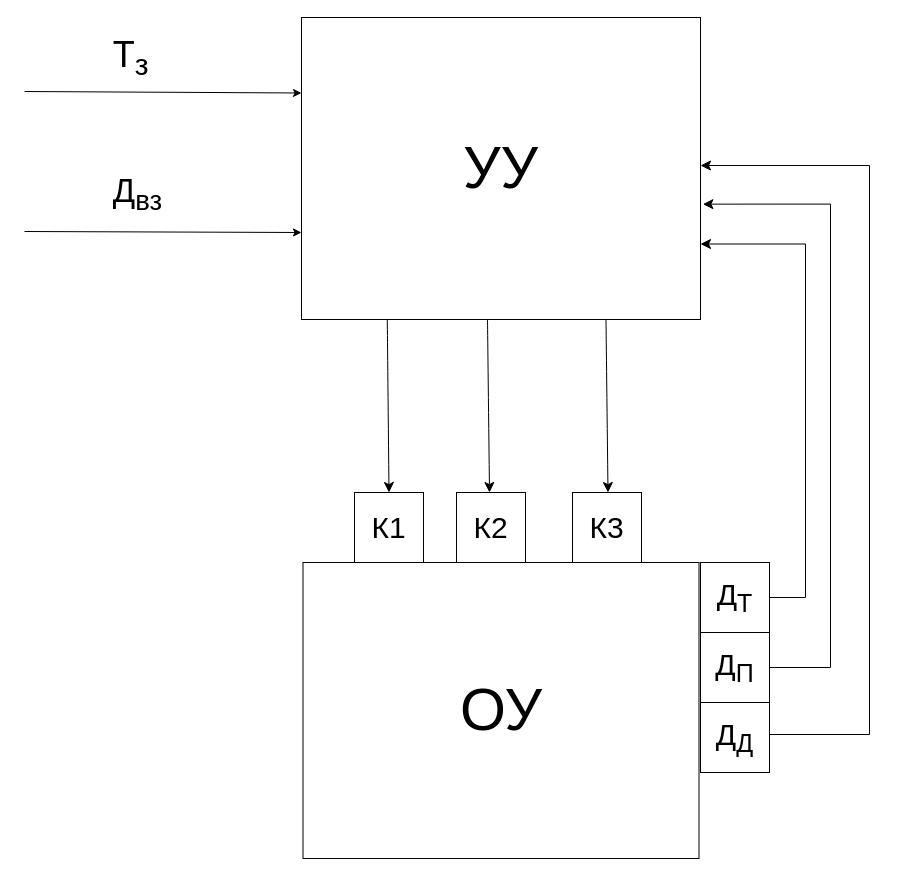
Before: микропроцессоры/Диаграмма без названия(2)(1).drawio in Pocobeer/Course-3, a draw.io diagram. Source tidied: cells renumbered, new cells numbered last; positions are measured from the earlier drawing's top-left corner, leaving out a move shared by most shapes. Both pictures are drawn from the tidied source at 100%, with x=0, y=0 at pixel (24, 17).
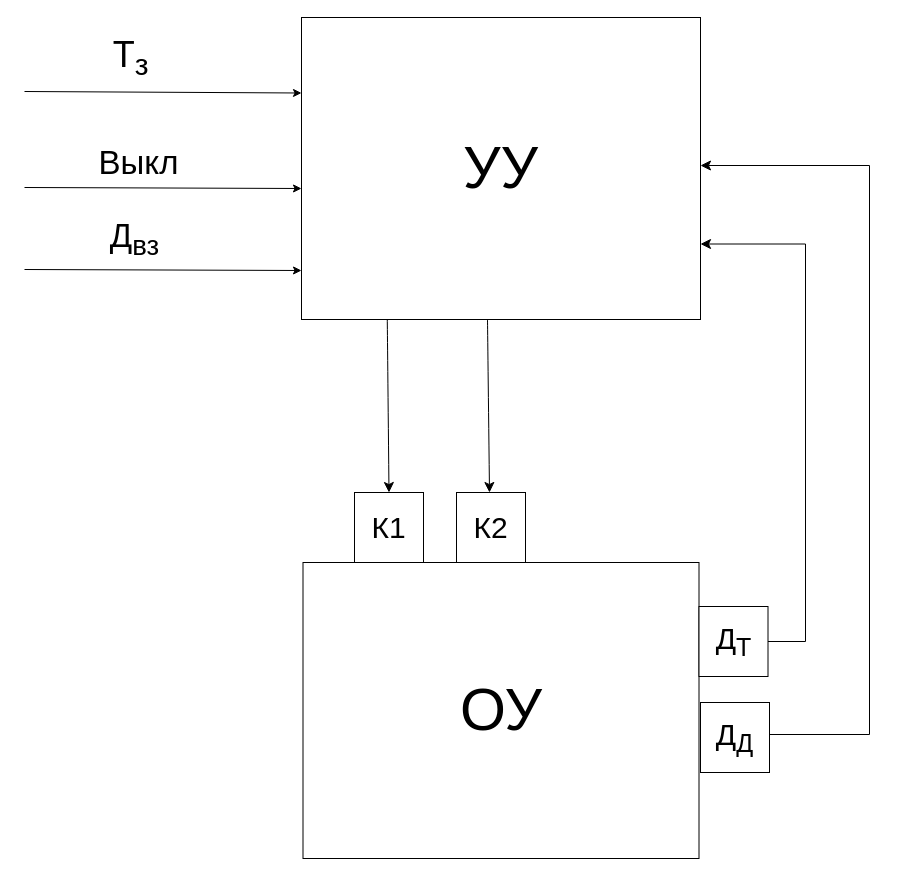
The same diagram, later.

The change refers to these unchanged cells:
```xml
<mxCell id="3" value="&lt;font style=&quot;font-size: 59px;&quot;&gt;УУ&lt;/font&gt;" style="rounded=0;whiteSpace=wrap;html=1;labelBackgroundColor=none;" parent="1" vertex="1">
  <mxGeometry x="277" width="399" height="302" as="geometry" />
</mxCell>
```

The edit, as a diff of the source:
```diff
@@
     <mxCell id="4" value="&lt;font style=&quot;font-size: 30px;&quot;&gt;Д&lt;sub&gt;Т&lt;/sub&gt;&lt;/font&gt;" style="rounded=0;whiteSpace=wrap;html=1;labelBackgroundColor=none;" parent="1" vertex="1">
-      <mxGeometry x="676" y="545" width="69" height="70" as="geometry" />
+      <mxGeometry x="674.5" y="589" width="69" height="70" as="geometry" />
     </mxCell>
-    <mxCell id="5" value="&lt;font style=&quot;font-size: 30px;&quot;&gt;Д&lt;sub&gt;П&lt;/sub&gt;&lt;/font&gt;" style="rounded=0;whiteSpace=wrap;html=1;labelBackgroundColor=none;" parent="1" vertex="1">
-      <mxGeometry x="676" y="615" width="69" height="70" as="geometry" />
-    </mxCell>
@@
     <mxCell id="7" style="endArrow=classic;html=1;rounded=0;fontSize=12;startSize=8;endSize=8;exitX=1;exitY=0.5;exitDx=0;exitDy=0;entryX=1;entryY=0.75;entryDx=0;entryDy=0;edgeStyle=orthogonalEdgeStyle;labelBackgroundColor=none;fontColor=default;" parent="1" edge="1" source="4" target="3">
       <mxGeometry relative="1" as="geometry">
         <Array as="points">
-          <mxPoint x="781" y="580" />
+          <mxPoint x="781" y="624" />
           <mxPoint x="781" y="226" />
         </Array>
       </mxGeometry>
     </mxCell>
-    <mxCell id="8" style="endArrow=classic;html=1;rounded=0;fontSize=12;startSize=8;endSize=8;exitX=1;exitY=0.5;exitDx=0;exitDy=0;entryX=1.006;entryY=0.618;entryDx=0;entryDy=0;edgeStyle=orthogonalEdgeStyle;entryPerimeter=0;labelBackgroundColor=none;fontColor=default;" parent="1" edge="1" source="5" target="3">
-      <mxGeometry relative="1" as="geometry">
-        <Array as="points">
-          <mxPoint x="806" y="650" />
-          <mxPoint x="806" y="187" />
-        </Array>
-      </mxGeometry>
-    </mxCell>
@@
-    <mxCell id="14" value="&lt;font style=&quot;font-size: 30px;&quot;&gt;К3&lt;/font&gt;" style="rounded=0;whiteSpace=wrap;html=1;labelBackgroundColor=none;" parent="1" vertex="1">
-      <mxGeometry x="548" y="475" width="69" height="70" as="geometry" />
-    </mxCell>
-    <mxCell id="15" style="endArrow=classic;html=1;rounded=0;fontSize=12;startSize=8;endSize=8;curved=1;entryX=0.5;entryY=0;entryDx=0;entryDy=0;exitX=0.215;exitY=0.999;exitDx=0;exitDy=0;exitPerimeter=0;labelBackgroundColor=none;fontColor=default;" parent="1" edge="1">
-      <mxGeometry relative="1" as="geometry">
-        <mxPoint x="581.5" y="302" as="sourcePoint" />
-        <mxPoint x="583.5" y="475" as="targetPoint" />
-      </mxGeometry>
-    </mxCell>
@@
     <mxCell id="18" style="endArrow=classic;html=1;rounded=0;entryX=0;entryY=0.25;entryDx=0;entryDy=0;" parent="1" edge="1">
       <mxGeometry relative="1" as="geometry">
-        <mxPoint y="214" as="sourcePoint" />
-        <mxPoint x="277" y="215" as="targetPoint" />
+        <mxPoint y="252" as="sourcePoint" />
+        <mxPoint x="277" y="253" as="targetPoint" />
       </mxGeometry>
     </mxCell>
     <mxCell id="19" value="&lt;font style=&quot;font-size: 33px;&quot;&gt;Д&lt;sub&gt;вз&lt;/sub&gt;&lt;/font&gt;" style="edgeLabel;html=1;align=center;verticalAlign=middle;" parent="1" vertex="1">
-      <mxGeometry x="112" y="42" as="geometry">
+      <mxGeometry x="109" y="87" as="geometry">
         <mxPoint y="133" as="offset" />
       </mxGeometry>
     </mxCell>
+    <mxCell id="20" style="endArrow=classic;html=1;rounded=0;entryX=0;entryY=0.25;entryDx=0;entryDy=0;" parent="1" edge="1">
+      <mxGeometry relative="1" as="geometry">
+        <mxPoint y="170" as="sourcePoint" />
+        <mxPoint x="277" y="171" as="targetPoint" />
+      </mxGeometry>
+    </mxCell>
+    <mxCell id="21" value="&lt;font style=&quot;font-size: 33px;&quot;&gt;Выкл&lt;/font&gt;" style="text;html=1;align=center;verticalAlign=middle;strokeColor=none;fillColor=none;" parent="1" vertex="1">
+      <mxGeometry x="65" y="119" width="98" height="52" as="geometry" />
+    </mxCell>
```
